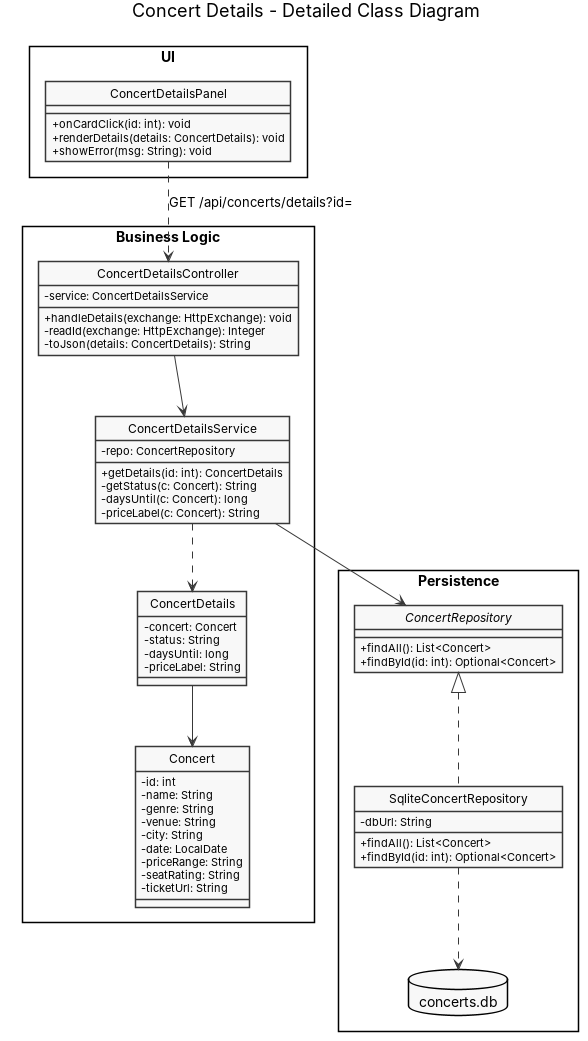
This is docs/diagrams/terina/2-details-detailed-class.png from Terinaishaqzai/Concert-Tracker, a PlantUML export, as it was before one commit. Its source is kept beside it as docs/diagrams/terina/2-details-detailed-class.puml.
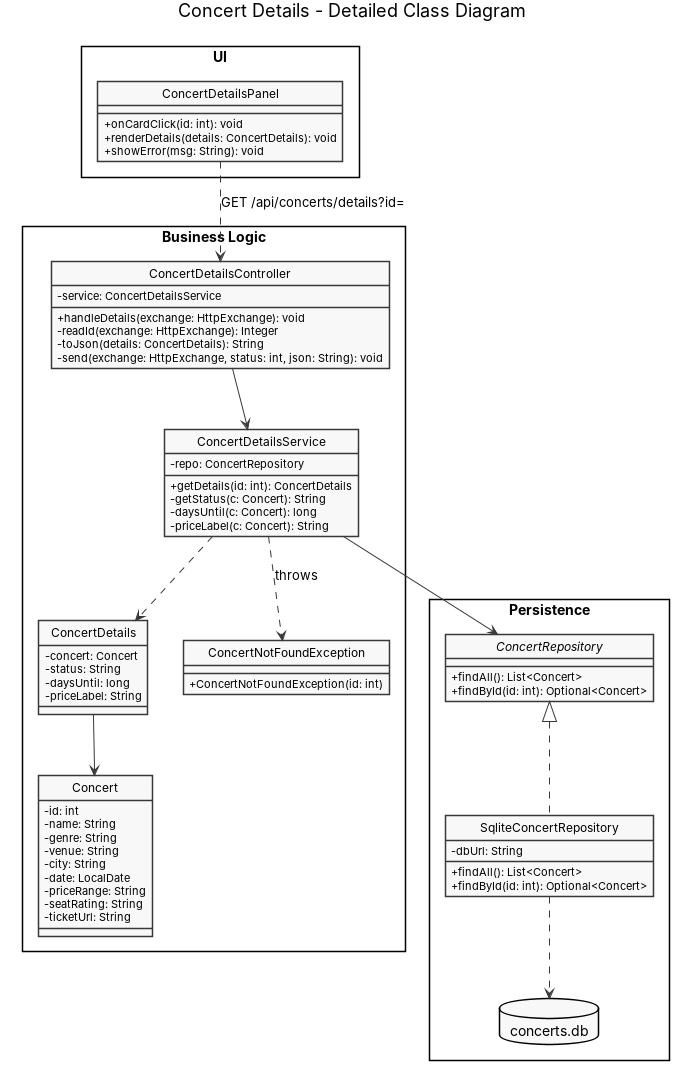
Above is the later version.

Commit message:
Add Concert Details feature

Change to the diagram source:
```diff
@@ -22,6 +22,7 @@
     + handleDetails(exchange: HttpExchange): void
     - readId(exchange: HttpExchange): Integer
     - toJson(details: ConcertDetails): String
+    - send(exchange: HttpExchange, status: int, json: String): void
   }
 
   class ConcertDetailsService {
@@ -37,6 +38,10 @@
     - status: String
     - daysUntil: long
     - priceLabel: String
+  }
+
+  class ConcertNotFoundException {
+    + ConcertNotFoundException(id: int)
   }
 
   class Concert {
@@ -73,5 +78,6 @@
 ConcertRepository <|.. SqliteConcertRepository
 SqliteConcertRepository ..> DB
 ConcertDetailsService ..> ConcertDetails
+ConcertDetailsService ..> ConcertNotFoundException : throws
 ConcertDetails --> Concert
 @enduml
```
